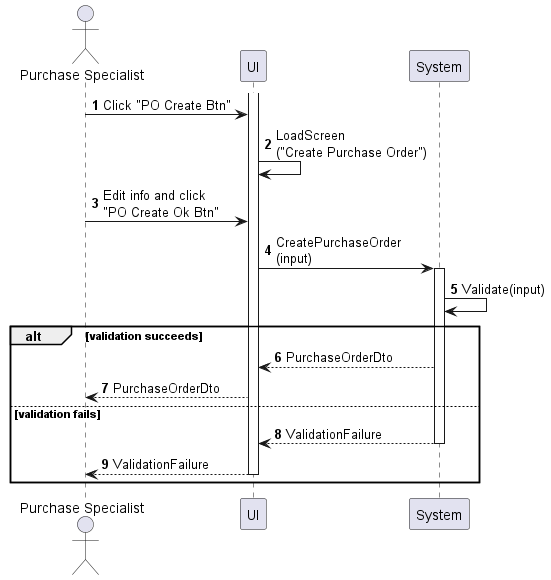
Earlier version of the PlantUML export sequences/purchase-order-create.png (phihungha/scmss-reqs).
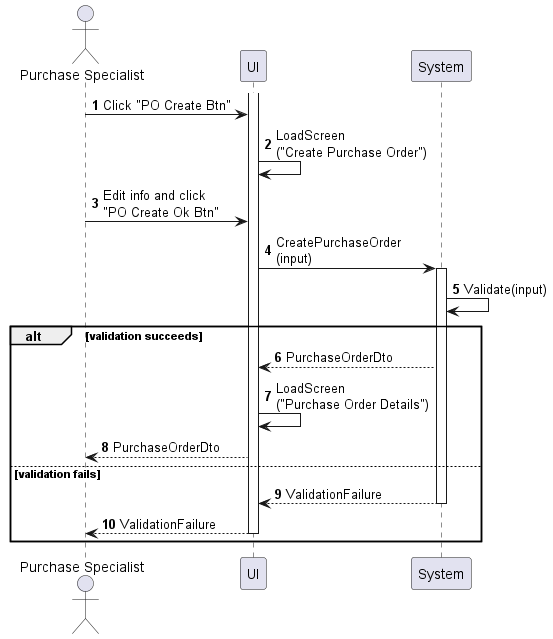
The same diagram one commit later.

What changed in the source:
```diff
@@ -15,6 +15,7 @@
 
 alt validation succeeds
     b --> f : PurchaseOrderDto
+    f -> f : LoadScreen\n("Purchase Order Details")
     f --> a : PurchaseOrderDto
 else validation fails
     return ValidationFailure
```
